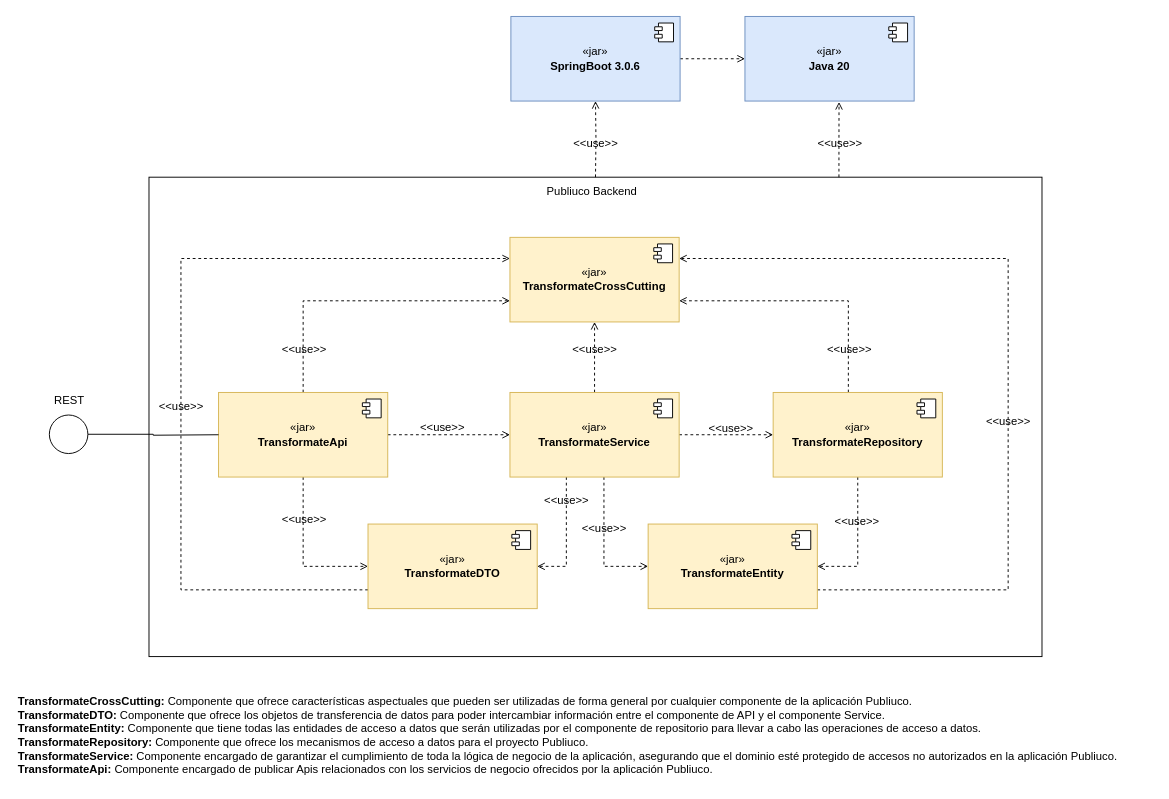
The draw.io diagram Archivadr/DiagramaDeComponentes.drawio in Seletex/IS-ll-Grupo, before the edit. Source tidied: cells renumbered, new cells numbered last; positions are measured from the earlier drawing's top-left corner, leaving out a move shared by most shapes. Both pictures are drawn from the tidied source at 94%, with x=0, y=0 at pixel (16, 16).
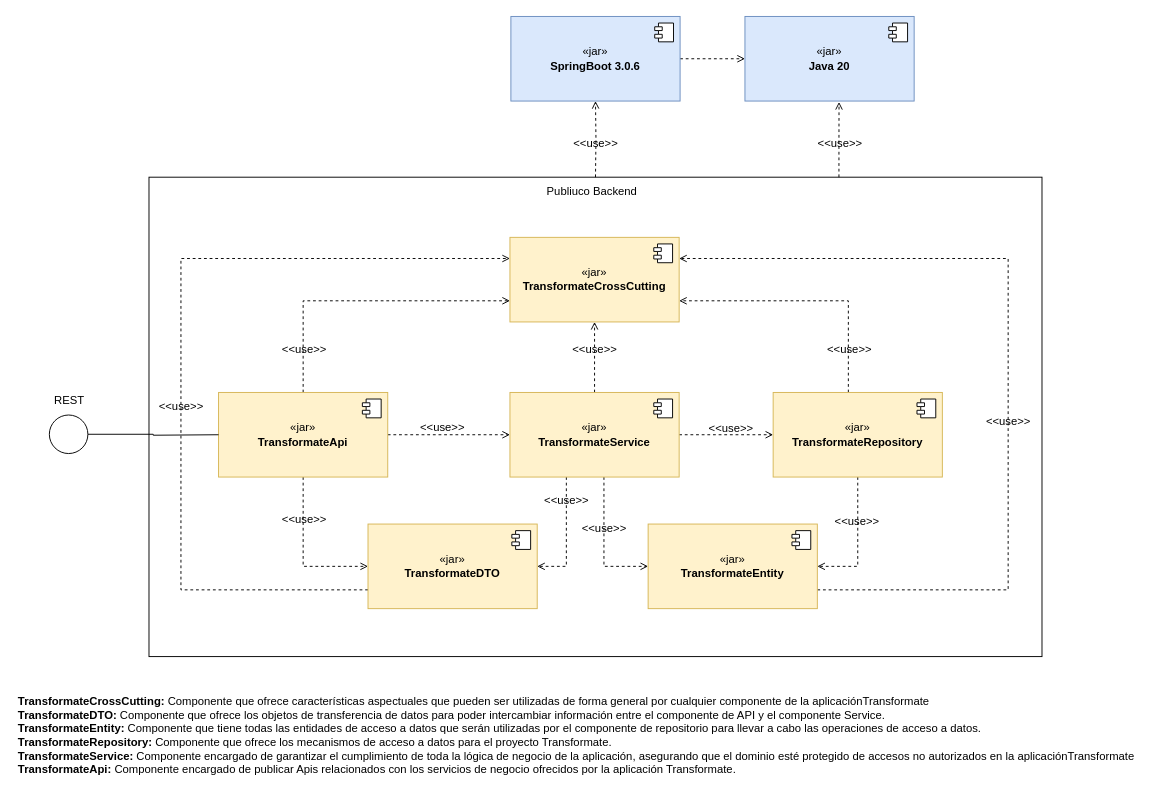
The same page after the edit.

Change to the diagram source:
```diff
@@
-    <mxCell id="38" value="&lt;span style=&quot;border-color: var(--border-color);&quot;&gt;&lt;b style=&quot;border-color: var(--border-color); text-align: center;&quot;&gt;&lt;b style=&quot;border-color: var(--border-color); text-align: left;&quot;&gt;Transformate&lt;/b&gt;CrossCutting:&amp;nbsp;&lt;/b&gt;Componente que ofrece características aspectuales que pueden ser utilizadas de forma general por cualquier componente de la aplicación Publiuco.&lt;br&gt;&lt;b style=&quot;border-color: var(--border-color);&quot;&gt;Transformate&lt;/b&gt;&lt;b&gt;DTO:&amp;nbsp;&lt;/b&gt;Componente que ofrece los objetos de transferencia de datos para poder intercambiar información entre el componente de API y el componente Service.&lt;br&gt;&lt;b style=&quot;border-color: var(--border-color); text-align: center;&quot;&gt;&lt;b style=&quot;border-color: var(--border-color); text-align: left;&quot;&gt;Transformate&lt;/b&gt;Entity:&amp;nbsp;&lt;/b&gt;Componente que tiene todas las entidades de acceso a datos que serán utilizadas por el componente de repositorio para llevar a cabo las operaciones de acceso a datos.&lt;br&gt;&lt;b style=&quot;border-color: var(--border-color); text-align: center;&quot;&gt;&lt;b style=&quot;border-color: var(--border-color); text-align: left;&quot;&gt;Transformate&lt;/b&gt;Repository:&amp;nbsp;&lt;/b&gt;Componente que ofrece los mecanismos de acceso a datos para el proyecto Publiuco.&lt;br&gt;&lt;b style=&quot;font-weight: bold; border-color: var(--border-color); text-align: center;&quot;&gt;&lt;b style=&quot;border-color: var(--border-color); text-align: left;&quot;&gt;Transformate&lt;/b&gt;Service:&amp;nbsp;&lt;/b&gt;Componente encargado de garantizar el cumplimiento de toda la lógica de negocio de la aplicación, asegurando que el dominio esté protegido de accesos no autorizados en la aplicación Publiuco.&lt;br&gt;&lt;b&gt;TransformateApi:&amp;nbsp;&lt;/b&gt;&lt;/span&gt;Componente encargado de publicar Apis relacionados con los servicios de negocio ofrecidos por la aplicación Publiuco.&lt;br&gt;" style="text;html=1;align=left;verticalAlign=middle;strokeColor=none;fillColor=none;" parent="1" vertex="1">
-      <mxGeometry y="715" width="1190" height="100" as="geometry" />
+    <mxCell id="38" value="&lt;span style=&quot;border-color: var(--border-color);&quot;&gt;&lt;b style=&quot;border-color: var(--border-color); text-align: center;&quot;&gt;&lt;b style=&quot;border-color: var(--border-color); text-align: left;&quot;&gt;Transformate&lt;/b&gt;CrossCutting:&amp;nbsp;&lt;/b&gt;Componente que ofrece características aspectuales que pueden ser utilizadas de forma general por cualquier componente de la aplicaciónTransformate&lt;br&gt;&lt;b style=&quot;border-color: var(--border-color);&quot;&gt;Transformate&lt;/b&gt;&lt;b&gt;DTO:&amp;nbsp;&lt;/b&gt;Componente que ofrece los objetos de transferencia de datos para poder intercambiar información entre el componente de API y el componente Service.&lt;br&gt;&lt;b style=&quot;border-color: var(--border-color); text-align: center;&quot;&gt;&lt;b style=&quot;border-color: var(--border-color); text-align: left;&quot;&gt;Transformate&lt;/b&gt;Entity:&amp;nbsp;&lt;/b&gt;Componente que tiene todas las entidades de acceso a datos que serán utilizadas por el componente de repositorio para llevar a cabo las operaciones de acceso a datos.&lt;br&gt;&lt;b style=&quot;border-color: var(--border-color); text-align: center;&quot;&gt;&lt;b style=&quot;border-color: var(--border-color); text-align: left;&quot;&gt;Transformate&lt;/b&gt;Repository:&amp;nbsp;&lt;/b&gt;Componente que ofrece los mecanismos de acceso a datos para el proyecto Transformate.&lt;br&gt;&lt;b style=&quot;font-weight: bold; border-color: var(--border-color); text-align: center;&quot;&gt;&lt;b style=&quot;border-color: var(--border-color); text-align: left;&quot;&gt;Transformate&lt;/b&gt;Service:&amp;nbsp;&lt;/b&gt;Componente encargado de garantizar el cumplimiento de toda la lógica de negocio de la aplicación, asegurando que el dominio esté protegido de accesos no autorizados en la aplicaciónTransformate&lt;br&gt;&lt;b&gt;TransformateApi:&amp;nbsp;&lt;/b&gt;&lt;/span&gt;Componente encargado de publicar Apis relacionados con los servicios de negocio ofrecidos por la aplicación Transformate." style="text;html=1;align=left;verticalAlign=middle;strokeColor=none;fillColor=none;" parent="1" vertex="1">
+      <mxGeometry y="715" width="1210" height="100" as="geometry" />
     </mxCell>
```
